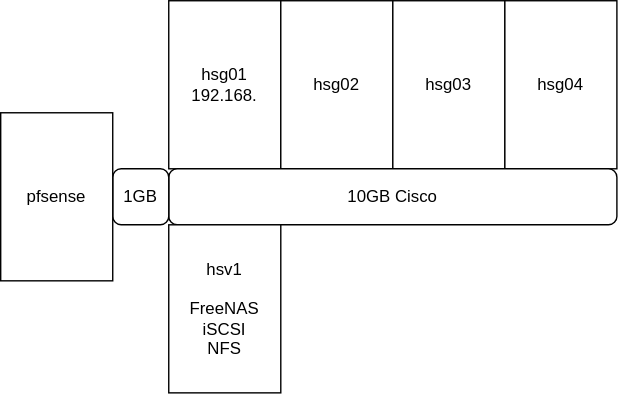
The draw.io diagram docs/hsgrid/hsgrid-overview-CPU-SDN.svg in 2cld/hs-platform, before a commit. Source tidied: cells renumbered, new cells last; positions are measured from the earlier drawing's top-left corner, leaving out a move shared by most shapes. Its diagram source:
```xml
<mxGraphModel>
  <root>
    <mxCell id="0" />
    <mxCell id="1" parent="0" />
    <mxCell id="2" value="hsg01&lt;br&gt;192.168." style="rounded=0;whiteSpace=wrap;html=1;" parent="1" vertex="1">
      <mxGeometry x="120" width="80" height="120" as="geometry" />
    </mxCell>
    <mxCell id="3" value="hsg02" style="rounded=0;whiteSpace=wrap;html=1;" parent="1" vertex="1">
      <mxGeometry x="200" width="80" height="120" as="geometry" />
    </mxCell>
    <mxCell id="4" value="hsg03" style="rounded=0;whiteSpace=wrap;html=1;" parent="1" vertex="1">
      <mxGeometry x="280" width="80" height="120" as="geometry" />
    </mxCell>
    <mxCell id="5" value="hsg04" style="rounded=0;whiteSpace=wrap;html=1;" parent="1" vertex="1">
      <mxGeometry x="360" width="80" height="120" as="geometry" />
    </mxCell>
    <mxCell id="6" value="10GB Cisco" style="rounded=1;whiteSpace=wrap;html=1;" parent="1" vertex="1">
      <mxGeometry x="120" y="120" width="320" height="40" as="geometry" />
    </mxCell>
    <mxCell id="7" value="hsv1&lt;br&gt;&lt;br&gt;FreeNAS&lt;br&gt;iSCSI&lt;br&gt;NFS" style="rounded=0;whiteSpace=wrap;html=1;" parent="1" vertex="1">
      <mxGeometry x="120" y="160" width="80" height="120" as="geometry" />
    </mxCell>
    <mxCell id="8" value="1GB" style="rounded=1;whiteSpace=wrap;html=1;" parent="1" vertex="1">
      <mxGeometry x="80" y="120" width="40" height="40" as="geometry" />
    </mxCell>
    <mxCell id="9" value="pfsense" style="rounded=0;whiteSpace=wrap;html=1;" parent="1" vertex="1">
      <mxGeometry y="80" width="80" height="120" as="geometry" />
    </mxCell>
  </root>
</mxGraphModel>
```
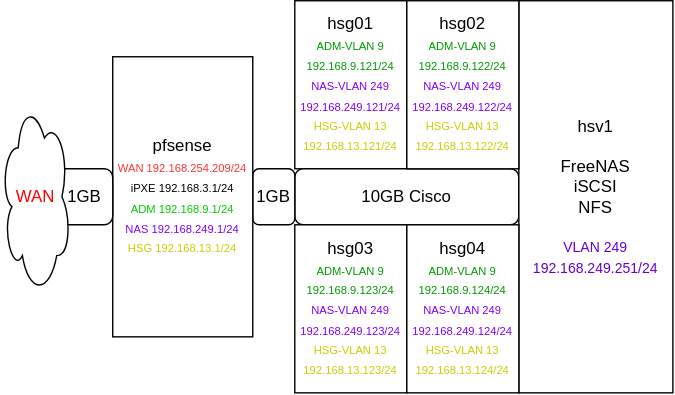
The same diagram one commit later.

Diff of the diagram source:
```diff
@@ -2,29 +2,35 @@
   <root>
     <mxCell id="0" />
     <mxCell id="1" parent="0" />
-    <mxCell id="2" value="hsg01&lt;br&gt;192.168." style="rounded=0;whiteSpace=wrap;html=1;" parent="1" vertex="1">
-      <mxGeometry x="120" width="80" height="120" as="geometry" />
+    <mxCell id="2" value="hsg01&lt;br&gt;&lt;font style=&quot;font-size: 8px&quot;&gt;&lt;font color=&quot;#009900&quot;&gt;ADM-VLAN 9&lt;br&gt;192.168.9.121/24&lt;/font&gt;&lt;br&gt;&lt;font color=&quot;#7f00ff&quot;&gt;NAS-VLAN 249&lt;br&gt;192.168.249.121/24&lt;/font&gt;&lt;br&gt;&lt;font color=&quot;#cccc00&quot;&gt;HSG-VLAN 13&lt;br&gt;192.168.13.121/24&lt;/font&gt;&lt;br&gt;&lt;/font&gt;" style="rounded=0;whiteSpace=wrap;html=1;" parent="1" vertex="1">
+      <mxGeometry x="170" width="80" height="120" as="geometry" />
     </mxCell>
-    <mxCell id="3" value="hsg02" style="rounded=0;whiteSpace=wrap;html=1;" parent="1" vertex="1">
-      <mxGeometry x="200" width="80" height="120" as="geometry" />
-    </mxCell>
-    <mxCell id="4" value="hsg03" style="rounded=0;whiteSpace=wrap;html=1;" parent="1" vertex="1">
-      <mxGeometry x="280" width="80" height="120" as="geometry" />
-    </mxCell>
-    <mxCell id="5" value="hsg04" style="rounded=0;whiteSpace=wrap;html=1;" parent="1" vertex="1">
-      <mxGeometry x="360" width="80" height="120" as="geometry" />
-    </mxCell>
     <mxCell id="6" value="10GB Cisco" style="rounded=1;whiteSpace=wrap;html=1;" parent="1" vertex="1">
-      <mxGeometry x="120" y="120" width="320" height="40" as="geometry" />
+      <mxGeometry x="170" y="120" width="160" height="40" as="geometry" />
     </mxCell>
-    <mxCell id="7" value="hsv1&lt;br&gt;&lt;br&gt;FreeNAS&lt;br&gt;iSCSI&lt;br&gt;NFS" style="rounded=0;whiteSpace=wrap;html=1;" parent="1" vertex="1">
-      <mxGeometry x="120" y="160" width="80" height="120" as="geometry" />
+    <mxCell id="7" value="hsv1&lt;br&gt;&lt;br&gt;FreeNAS&lt;br&gt;iSCSI&lt;br&gt;NFS&lt;br&gt;&lt;br&gt;&lt;font color=&quot;#6600cc&quot;&gt;&lt;font style=&quot;font-size: 10px&quot;&gt;VLAN 249&lt;/font&gt;&lt;br&gt;&lt;font style=&quot;font-size: 10px&quot;&gt;192.168.249.251/24&lt;/font&gt;&lt;/font&gt;" style="rounded=0;whiteSpace=wrap;html=1;" parent="1" vertex="1">
+      <mxGeometry x="330" width="110" height="280" as="geometry" />
     </mxCell>
     <mxCell id="8" value="1GB" style="rounded=1;whiteSpace=wrap;html=1;" parent="1" vertex="1">
-      <mxGeometry x="80" y="120" width="40" height="40" as="geometry" />
+      <mxGeometry x="140" y="120" width="30" height="40" as="geometry" />
     </mxCell>
-    <mxCell id="9" value="pfsense" style="rounded=0;whiteSpace=wrap;html=1;" parent="1" vertex="1">
-      <mxGeometry y="80" width="80" height="120" as="geometry" />
+    <mxCell id="9" value="pfsense&lt;br&gt;&lt;font style=&quot;font-size: 8px&quot;&gt;&lt;font color=&quot;#ff3333&quot;&gt;WAN 192.168.254.209/24&lt;/font&gt;&lt;br&gt;iPXE 192.168.3.1/24&lt;br&gt;&lt;font color=&quot;#00cc00&quot;&gt;ADM 192.168.9.1/24&lt;/font&gt;&lt;br&gt;&lt;font color=&quot;#7f00ff&quot;&gt;NAS 192.168.249.1/24&lt;br&gt;&lt;/font&gt;&lt;font color=&quot;#cccc00&quot;&gt;HSG 192.168.13.1/24&lt;/font&gt;&lt;br&gt;&lt;/font&gt;" style="rounded=0;whiteSpace=wrap;html=1;" parent="1" vertex="1">
+      <mxGeometry x="40" y="40" width="100" height="200" as="geometry" />
     </mxCell>
+    <mxCell id="10" value="1GB" style="rounded=1;whiteSpace=wrap;html=1;" parent="1" vertex="1">
+      <mxGeometry y="120" width="40" height="40" as="geometry" />
+    </mxCell>
+    <mxCell id="11" value="&lt;font color=&quot;#ff0000&quot;&gt;WAN&lt;/font&gt;" style="ellipse;shape=cloud;whiteSpace=wrap;html=1;" parent="1" vertex="1">
+      <mxGeometry x="-40" y="70" width="50" height="140" as="geometry" />
+    </mxCell>
+    <mxCell id="12" value="hsg02&lt;br&gt;&lt;font style=&quot;font-size: 8px&quot;&gt;&lt;font color=&quot;#009900&quot;&gt;ADM-VLAN 9&lt;br&gt;192.168.9.122/24&lt;/font&gt;&lt;br&gt;&lt;font color=&quot;#7f00ff&quot;&gt;NAS-VLAN 249&lt;br&gt;192.168.249.122/24&lt;/font&gt;&lt;br&gt;&lt;font color=&quot;#cccc00&quot;&gt;HSG-VLAN 13&lt;br&gt;192.168.13.122/24&lt;/font&gt;&lt;br&gt;&lt;/font&gt;" style="rounded=0;whiteSpace=wrap;html=1;" parent="1" vertex="1">
+      <mxGeometry x="250" width="80" height="120" as="geometry" />
+    </mxCell>
+    <mxCell id="13" value="hsg03&lt;br&gt;&lt;font style=&quot;font-size: 8px&quot;&gt;&lt;font color=&quot;#009900&quot;&gt;ADM-VLAN 9&lt;br&gt;192.168.9.123/24&lt;/font&gt;&lt;br&gt;&lt;font color=&quot;#7f00ff&quot;&gt;NAS-VLAN 249&lt;br&gt;192.168.249.123/24&lt;/font&gt;&lt;br&gt;&lt;font color=&quot;#cccc00&quot;&gt;HSG-VLAN 13&lt;br&gt;192.168.13.123/24&lt;/font&gt;&lt;br&gt;&lt;/font&gt;" style="rounded=0;whiteSpace=wrap;html=1;" parent="1" vertex="1">
+      <mxGeometry x="170" y="160" width="80" height="120" as="geometry" />
+    </mxCell>
+    <mxCell id="14" value="hsg04&lt;br&gt;&lt;font style=&quot;font-size: 8px&quot;&gt;&lt;font color=&quot;#009900&quot;&gt;ADM-VLAN 9&lt;br&gt;192.168.9.124/24&lt;/font&gt;&lt;br&gt;&lt;font color=&quot;#7f00ff&quot;&gt;NAS-VLAN 249&lt;br&gt;192.168.249.124/24&lt;/font&gt;&lt;br&gt;&lt;font color=&quot;#cccc00&quot;&gt;HSG-VLAN 13&lt;br&gt;192.168.13.124/24&lt;/font&gt;&lt;br&gt;&lt;/font&gt;" style="rounded=0;whiteSpace=wrap;html=1;" parent="1" vertex="1">
+      <mxGeometry x="250" y="160" width="80" height="120" as="geometry" />
+    </mxCell>
   </root>
 </mxGraphModel>
```
